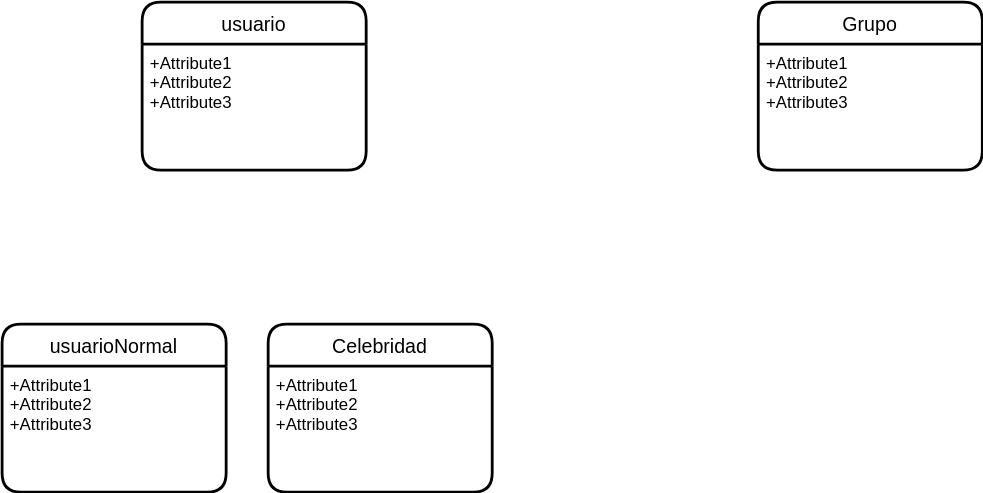
This is UD12-14.svg from Jimxx22/C3-UD11-UML, a draw.io export, as it was before one commit. Source tidied: cells renumbered, new cells last; positions are measured from the earlier drawing's top-left corner, leaving out a move shared by most shapes.
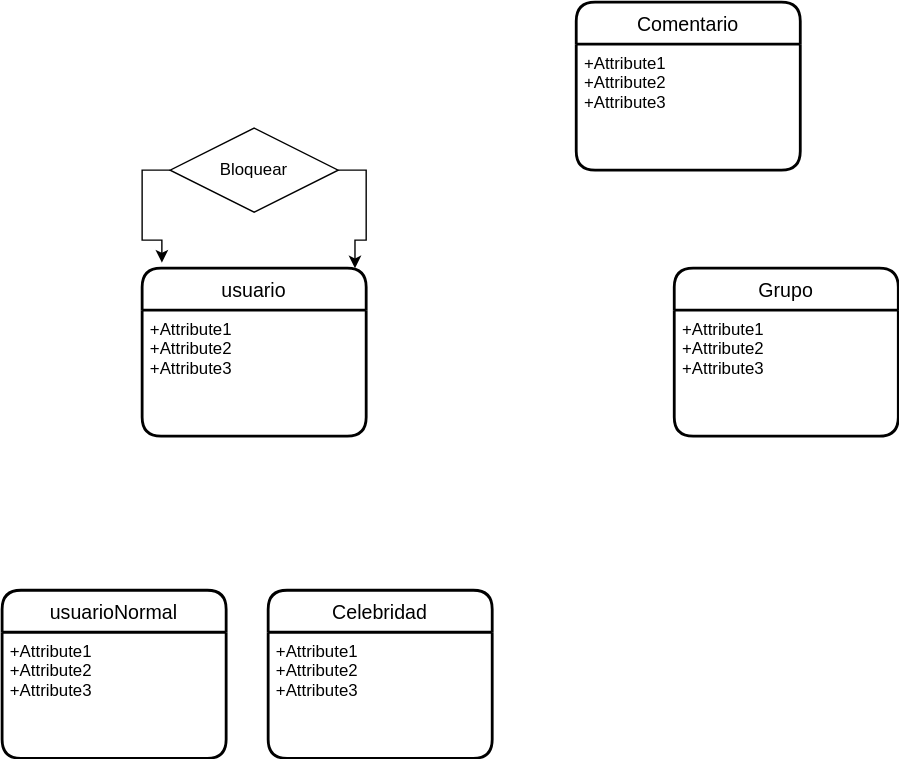
The same file after the commit.

The edit, as a diff of the source:
```diff
@@ -9,7 +9,7 @@
       <mxGeometry y="30" width="160" height="90" as="geometry" />
     </mxCell>
     <mxCell id="4" value="Grupo" style="swimlane;horizontal=1;startSize=30;rounded=1;fontSize=14;fontStyle=0;strokeWidth=2;shadow=0;dashed=0;align=center;" parent="1" vertex="1">
-      <mxGeometry x="540" width="160" height="120" as="geometry" />
+      <mxGeometry x="480" width="160" height="120" as="geometry" />
     </mxCell>
     <mxCell id="5" value="+Attribute1&#10;+Attribute2&#10;+Attribute3" style="align=left;strokeColor=none;fillColor=none;spacingLeft=4;fontSize=12;verticalAlign=top;" parent="4" vertex="1">
       <mxGeometry y="30" width="160" height="90" as="geometry" />
@@ -26,5 +26,20 @@
     <mxCell id="9" value="+Attribute1&#10;+Attribute2&#10;+Attribute3" style="align=left;strokeColor=none;fillColor=none;spacingLeft=4;fontSize=12;verticalAlign=top;" parent="8" vertex="1">
       <mxGeometry y="30" width="160" height="90" as="geometry" />
     </mxCell>
+    <mxCell id="10" style="edgeStyle=orthogonalEdgeStyle;rounded=0;jettySize=auto;html=1;exitX=1;exitY=0.5;exitDx=0;exitDy=0;entryX=0.95;entryY=0;entryDx=0;entryDy=0;entryPerimeter=0;" parent="1" edge="1" source="12" target="2">
+      <mxGeometry relative="1" as="geometry" />
+    </mxCell>
+    <mxCell id="11" style="edgeStyle=orthogonalEdgeStyle;rounded=0;jettySize=auto;html=1;exitX=0;exitY=0.5;exitDx=0;exitDy=0;entryX=0.088;entryY=-0.033;entryDx=0;entryDy=0;entryPerimeter=0;" parent="1" edge="1" source="12" target="2">
+      <mxGeometry relative="1" as="geometry" />
+    </mxCell>
+    <mxCell id="12" value="Bloquear" style="shape=rhombus;perimeter=rhombusPerimeter;whiteSpace=wrap;html=1;align=center;" parent="1" vertex="1">
+      <mxGeometry x="120" y="-100" width="120" height="60" as="geometry" />
+    </mxCell>
+    <mxCell id="13" value="Comentario" style="swimlane;horizontal=1;startSize=30;rounded=1;fontSize=14;fontStyle=0;strokeWidth=2;shadow=0;dashed=0;align=center;" parent="1" vertex="1">
+      <mxGeometry x="410" y="-190" width="160" height="120" as="geometry" />
+    </mxCell>
+    <mxCell id="14" value="+Attribute1&#10;+Attribute2&#10;+Attribute3" style="align=left;strokeColor=none;fillColor=none;spacingLeft=4;fontSize=12;verticalAlign=top;" parent="13" vertex="1">
+      <mxGeometry y="30" width="160" height="90" as="geometry" />
+    </mxCell>
   </root>
 </mxGraphModel>
```
